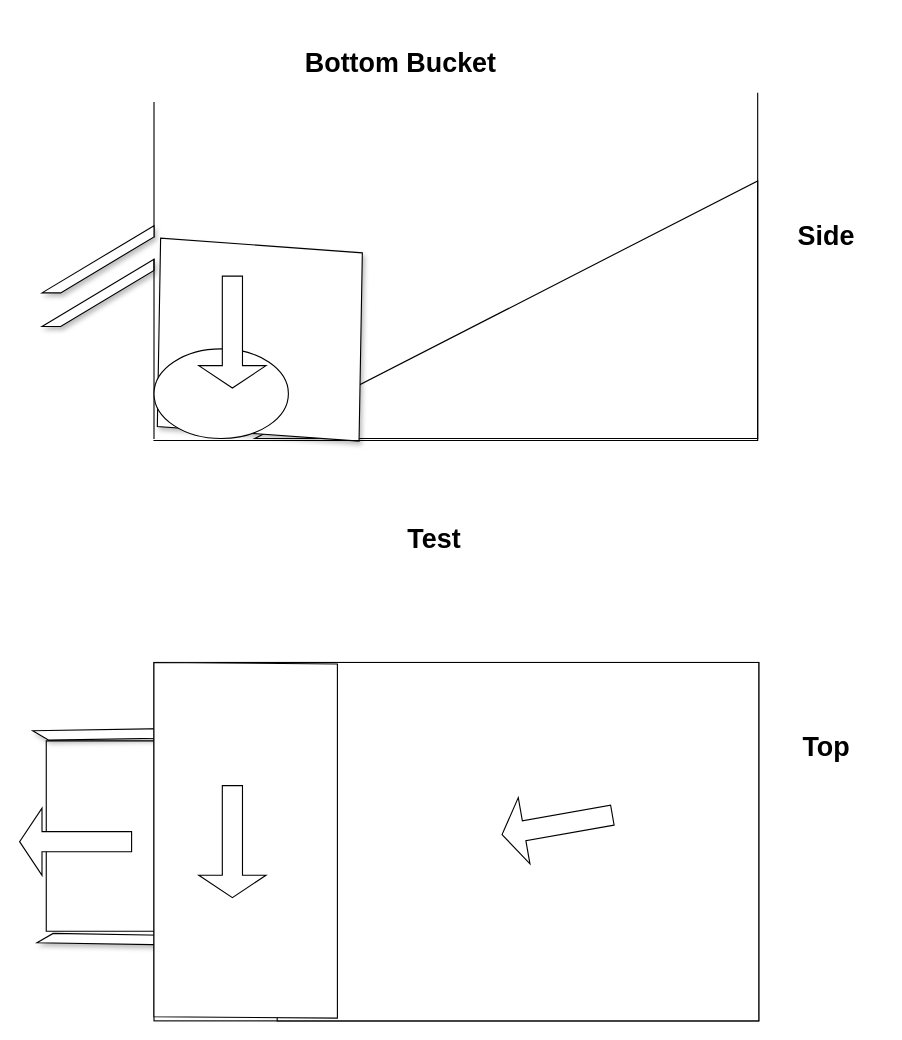
Earlier version of the draw.io diagram page "Bottom Bucket" (1 of 2) of ballLift.drawio (DrBiffness/pachinko-lift). Source tidied: cells renumbered, new cells numbered last; positions are measured from the earlier drawing's top-left corner, leaving out a move shared by most shapes. Both pictures are drawn from the tidied source at 112%, with x=0, y=0 at pixel (19, 24).
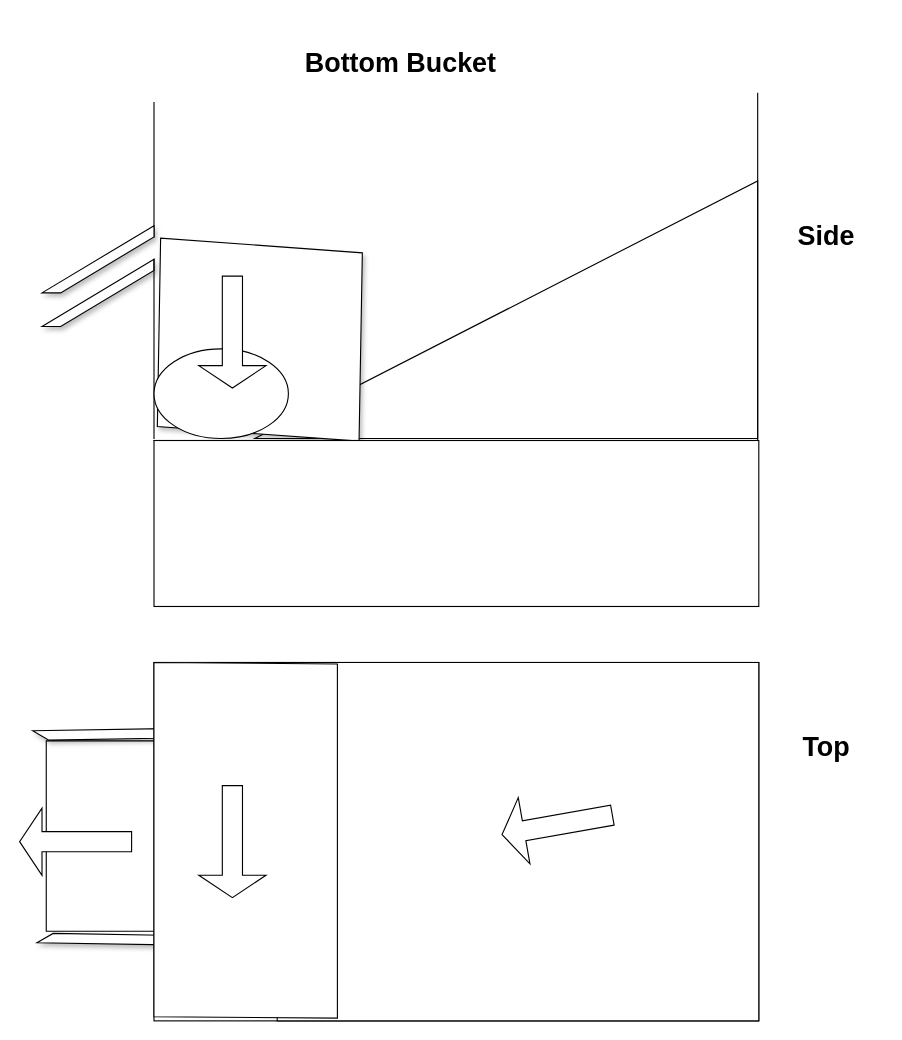
After the change.

Commit message:
Update bottom bucket

Change to the diagram source:
```diff
@@
-    <mxCell id="23" value="Test" style="text;strokeColor=none;fillColor=none;html=1;fontSize=24;fontStyle=1;verticalAlign=middle;align=center;" parent="1" vertex="1">
-      <mxGeometry x="320" y="440" width="100" height="40" as="geometry" />
-    </mxCell>
+    <mxCell id="24" style="rounded=0;whiteSpace=wrap;html=1;" parent="1" vertex="1">
+      <mxGeometry x="120" y="371.8" width="540" height="148.2" as="geometry" />
+    </mxCell>
```
